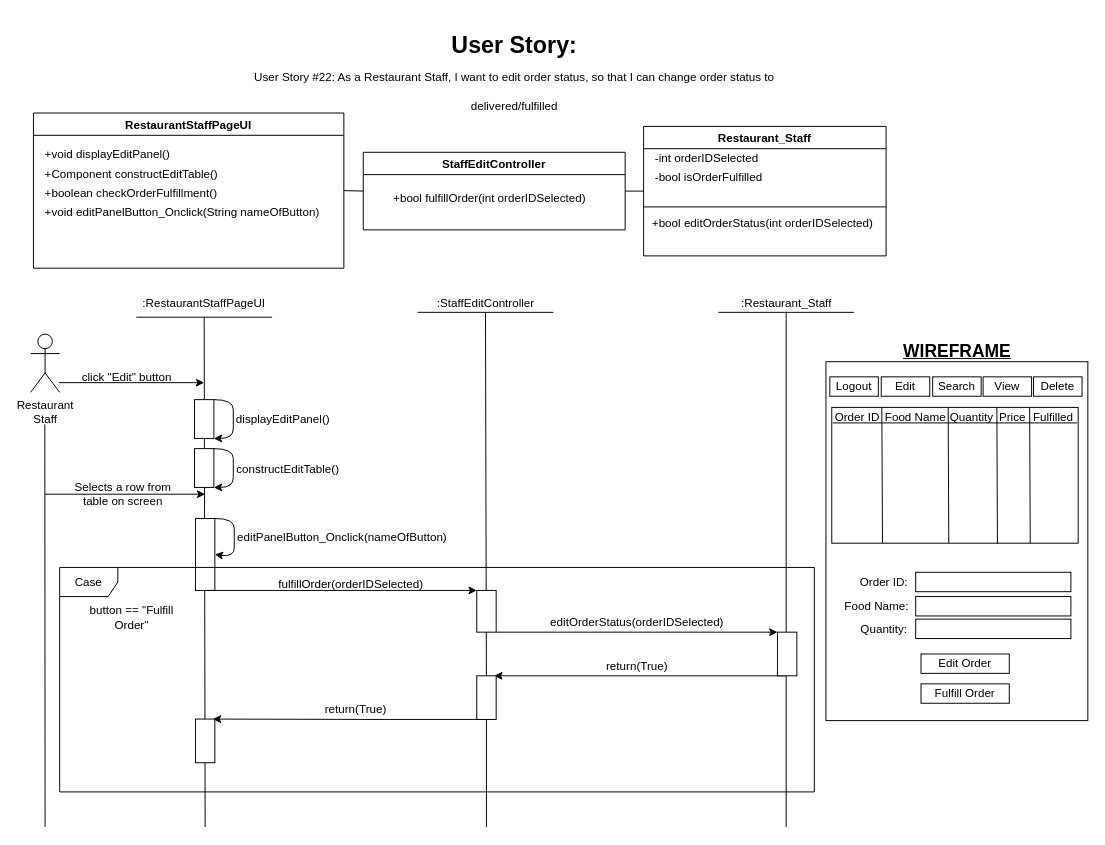
This is BCE_UML_and_Diagrams/RestaurantStaff_Edit/UserStory#22_RestaurantStaff_Edit.drawio from extred5700/JAVAGUI-Restaurant-Table-Order-System, a draw.io file, before an edit. Source tidied: cells renumbered, new cells numbered last; positions are measured from the earlier drawing's top-left corner, leaving out a move shared by most shapes. Both pictures are drawn from the tidied source at 97%, with x=0, y=0 at pixel (30, 26).
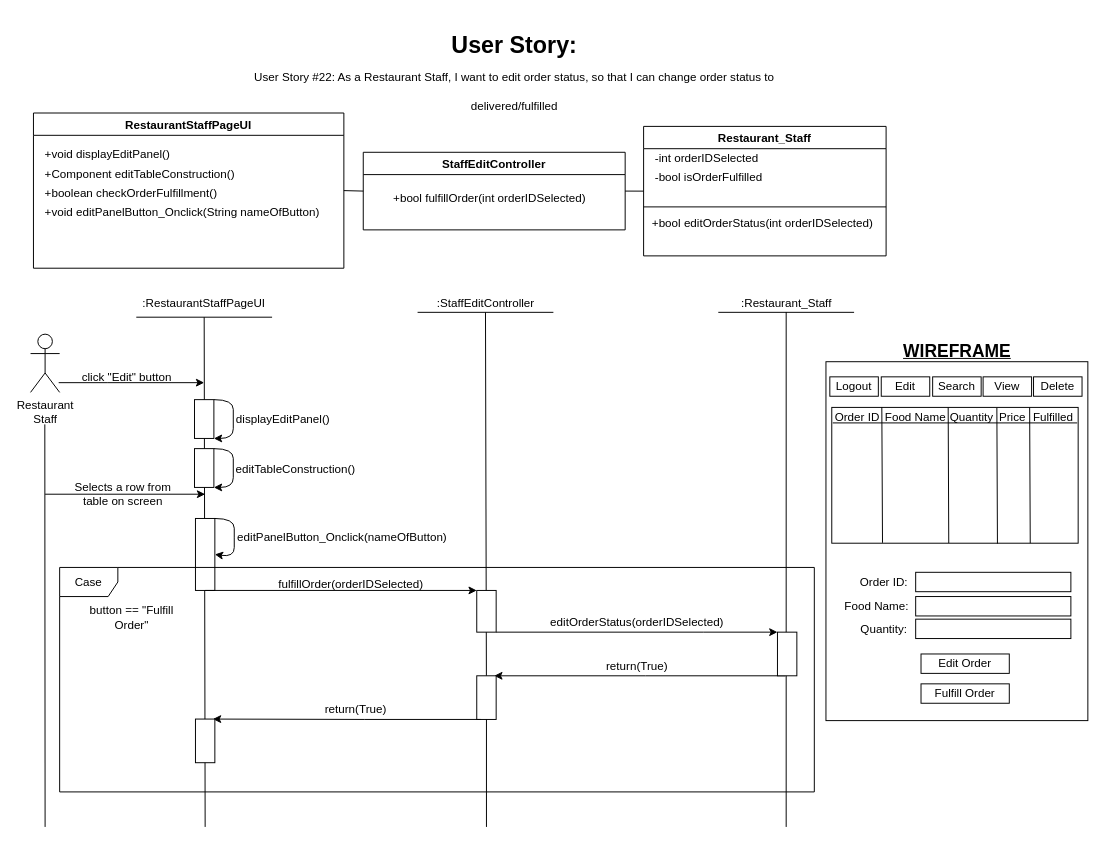
Above is the later version.

Unchanged cells that the change refers to:
```xml
<mxCell id="6" value="RestaurantStaffPageUI" style="swimlane;" parent="1" vertex="1">
  <mxGeometry x="3" y="89" width="320" height="160" as="geometry" />
</mxCell>
```

Change to the diagram source:
```diff
@@
-    <mxCell id="8" value="+Component constructEditTable()" style="text;html=1;align=left;verticalAlign=middle;strokeColor=none;fillColor=none;" parent="6" vertex="1">
-      <mxGeometry x="10" y="53" width="190" height="20" as="geometry" />
+    <mxCell id="8" value="+Component editTableConstruction()" style="text;html=1;align=left;verticalAlign=middle;strokeColor=none;fillColor=none;" parent="6" vertex="1">
+      <mxGeometry x="10" y="53" width="210" height="20" as="geometry" />
     </mxCell>
@@
-    <mxCell id="77" value="&lt;span style=&quot;font-size: 12px&quot;&gt;constructEditTable()&lt;/span&gt;" style="text;html=1;align=center;verticalAlign=middle;strokeColor=none;fillColor=none;fontSize=16;" parent="1" vertex="1">
-      <mxGeometry x="205" y="440" width="120" height="30" as="geometry" />
+    <mxCell id="77" value="&lt;span style=&quot;font-size: 12px&quot;&gt;editTableConstruction()&lt;/span&gt;" style="text;html=1;align=center;verticalAlign=middle;strokeColor=none;fillColor=none;fontSize=16;" parent="1" vertex="1">
+      <mxGeometry x="203" y="440" width="140" height="30" as="geometry" />
     </mxCell>
```
